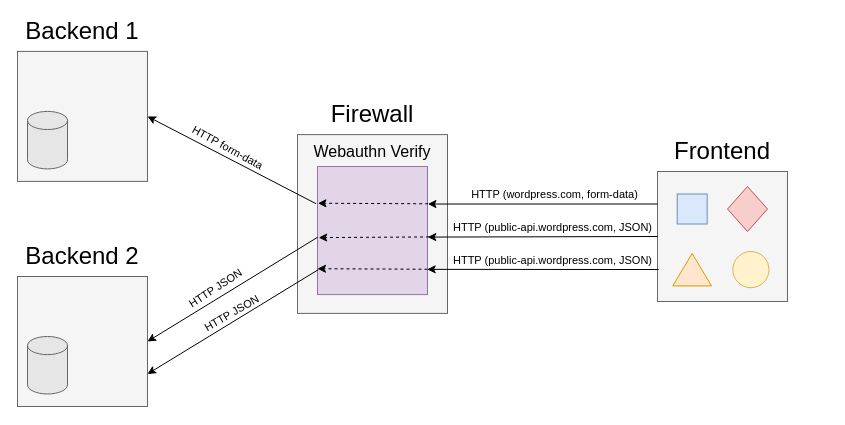
DamianB-BitFlipper/MEng-Thesis keeps this draw.io diagram as images/multitarget_calypso.drawio. Above is the earlier version. Source tidied: cells renumbered, new cells numbered last; positions are measured from the earlier drawing's top-left corner, leaving out a move shared by most shapes. Both pictures are drawn from the tidied source at 100%, with x=0, y=0 at pixel (17, 21).
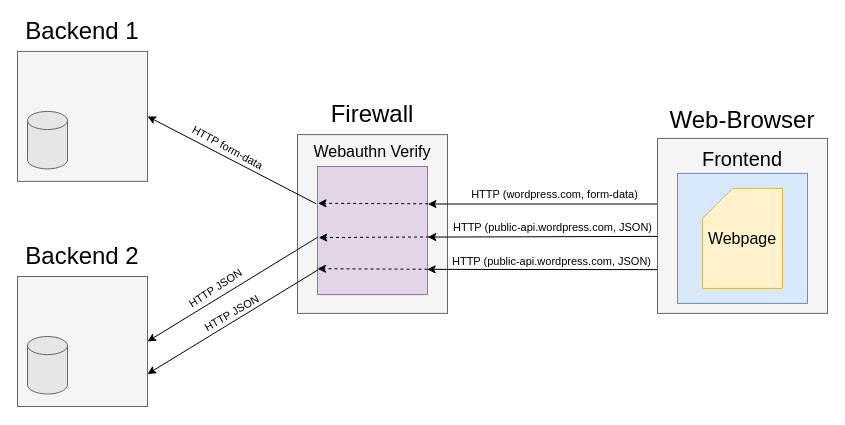
The same page after the edit.

Unchanged cells that the change refers to:
```xml
<mxCell id="13" style="rounded=0;whiteSpace=wrap;html=1;fillColor=#e1d5e7;strokeColor=#9673a6;" parent="1" vertex="1">
  <mxGeometry x="300" y="145" width="110" height="128.1" as="geometry" />
</mxCell>
```

The edit, as a diff of the source:
```diff
@@
-    <mxCell id="2" style="rounded=0;whiteSpace=wrap;html=1;fillColor=#f5f5f5;strokeColor=#666666;fontColor=#333333;" parent="1" vertex="1">
-      <mxGeometry x="640" y="150" width="130" height="130" as="geometry" />
-    </mxCell>
-    <mxCell id="3" value="&lt;font style=&quot;font-size: 24px&quot;&gt;Frontend&lt;/font&gt;" style="text;html=1;strokeColor=none;fillColor=none;align=center;verticalAlign=middle;whiteSpace=wrap;rounded=0;" parent="1" vertex="1">
-      <mxGeometry x="640" y="120" width="130" height="20" as="geometry" />
-    </mxCell>
-    <mxCell id="4" style="rhombus;whiteSpace=wrap;html=1;fillColor=#f8cecc;strokeColor=#b85450;" parent="1" vertex="1">
-      <mxGeometry x="710" y="165" width="40" height="45" as="geometry" />
-    </mxCell>
-    <mxCell id="5" style="rounded=0;whiteSpace=wrap;html=1;fillColor=#dae8fc;strokeColor=#6c8ebf;" parent="1" vertex="1">
-      <mxGeometry x="659.7" y="172.5" width="30" height="30" as="geometry" />
-    </mxCell>
-    <mxCell id="6" style="triangle;whiteSpace=wrap;html=1;rotation=-90;fillColor=#ffe6cc;strokeColor=#d79b00;" parent="1" vertex="1">
-      <mxGeometry x="658.4" y="228.8" width="32.5" height="38.8" as="geometry" />
-    </mxCell>
-    <mxCell id="7" style="ellipse;whiteSpace=wrap;html=1;fillColor=#fff2cc;strokeColor=#d6b656;" parent="1" vertex="1">
-      <mxGeometry x="715.3" y="230" width="36.2" height="36.2" as="geometry" />
-    </mxCell>
@@
-    <mxCell id="18" style="endArrow=classic;html=1;exitX=0;exitY=0.25;exitDx=0;exitDy=0;entryX=1.004;entryY=0.293;entryDx=0;entryDy=0;entryPerimeter=0;" parent="1" edge="1" source="2" target="13">
+    <mxCell id="18" style="endArrow=classic;html=1;exitX=0;exitY=0.375;exitDx=0;exitDy=0;entryX=1.004;entryY=0.293;entryDx=0;entryDy=0;entryPerimeter=0;exitPerimeter=0;" parent="1" edge="1" source="33" target="13">
       <mxGeometry relative="1" as="geometry" />
     </mxCell>
@@
-    <mxCell id="20" style="endArrow=classic;html=1;exitX=0;exitY=0.5;exitDx=0;exitDy=0;entryX=1.002;entryY=0.551;entryDx=0;entryDy=0;entryPerimeter=0;" parent="1" edge="1" source="2" target="13">
+    <mxCell id="20" style="endArrow=classic;html=1;exitX=0;exitY=0.56;exitDx=0;exitDy=0;entryX=1.002;entryY=0.551;entryDx=0;entryDy=0;entryPerimeter=0;exitPerimeter=0;" parent="1" edge="1" source="33" target="13">
       <mxGeometry relative="1" as="geometry" />
     </mxCell>
@@
-    <mxCell id="22" style="endArrow=classic;html=1;exitX=0.008;exitY=0.754;exitDx=0;exitDy=0;entryX=0.997;entryY=0.803;entryDx=0;entryDy=0;entryPerimeter=0;exitPerimeter=0;" parent="1" edge="1" source="2" target="13">
+    <mxCell id="22" style="endArrow=classic;html=1;exitX=0;exitY=0.75;exitDx=0;exitDy=0;entryX=0.997;entryY=0.803;entryDx=0;entryDy=0;entryPerimeter=0;" parent="1" edge="1" source="33" target="13">
       <mxGeometry relative="1" as="geometry" />
     </mxCell>
@@
+    <mxCell id="33" style="rounded=0;whiteSpace=wrap;html=1;fillColor=#f5f5f5;strokeColor=#666666;fontColor=#333333;" parent="1" vertex="1">
+      <mxGeometry x="640" y="116.9" width="170" height="175" as="geometry" />
+    </mxCell>
+    <mxCell id="34" value="&lt;font style=&quot;font-size: 24px&quot;&gt;Web-Browser&lt;/font&gt;" style="text;html=1;strokeColor=none;fillColor=none;align=center;verticalAlign=middle;whiteSpace=wrap;rounded=0;" parent="1" vertex="1">
+      <mxGeometry x="650" y="89.4" width="150" height="20" as="geometry" />
+    </mxCell>
+    <mxCell id="35" style="rounded=0;whiteSpace=wrap;html=1;fillColor=#dae8fc;strokeColor=#6c8ebf;" parent="1" vertex="1">
+      <mxGeometry x="660" y="151.9" width="130" height="130" as="geometry" />
+    </mxCell>
+    <mxCell id="36" value="&lt;font style=&quot;font-size: 16px&quot;&gt;Webpage&lt;/font&gt;" style="shape=card;whiteSpace=wrap;html=1;fillColor=#fff2cc;strokeColor=#d6b656;" parent="1" vertex="1">
+      <mxGeometry x="685" y="166.9" width="80" height="100" as="geometry" />
+    </mxCell>
+    <mxCell id="3" value="&lt;font style=&quot;font-size: 20px&quot;&gt;Frontend&lt;/font&gt;" style="text;html=1;strokeColor=none;fillColor=none;align=center;verticalAlign=middle;whiteSpace=wrap;rounded=0;" parent="1" vertex="1">
+      <mxGeometry x="660" y="127.1" width="130" height="20" as="geometry" />
+    </mxCell>
```
